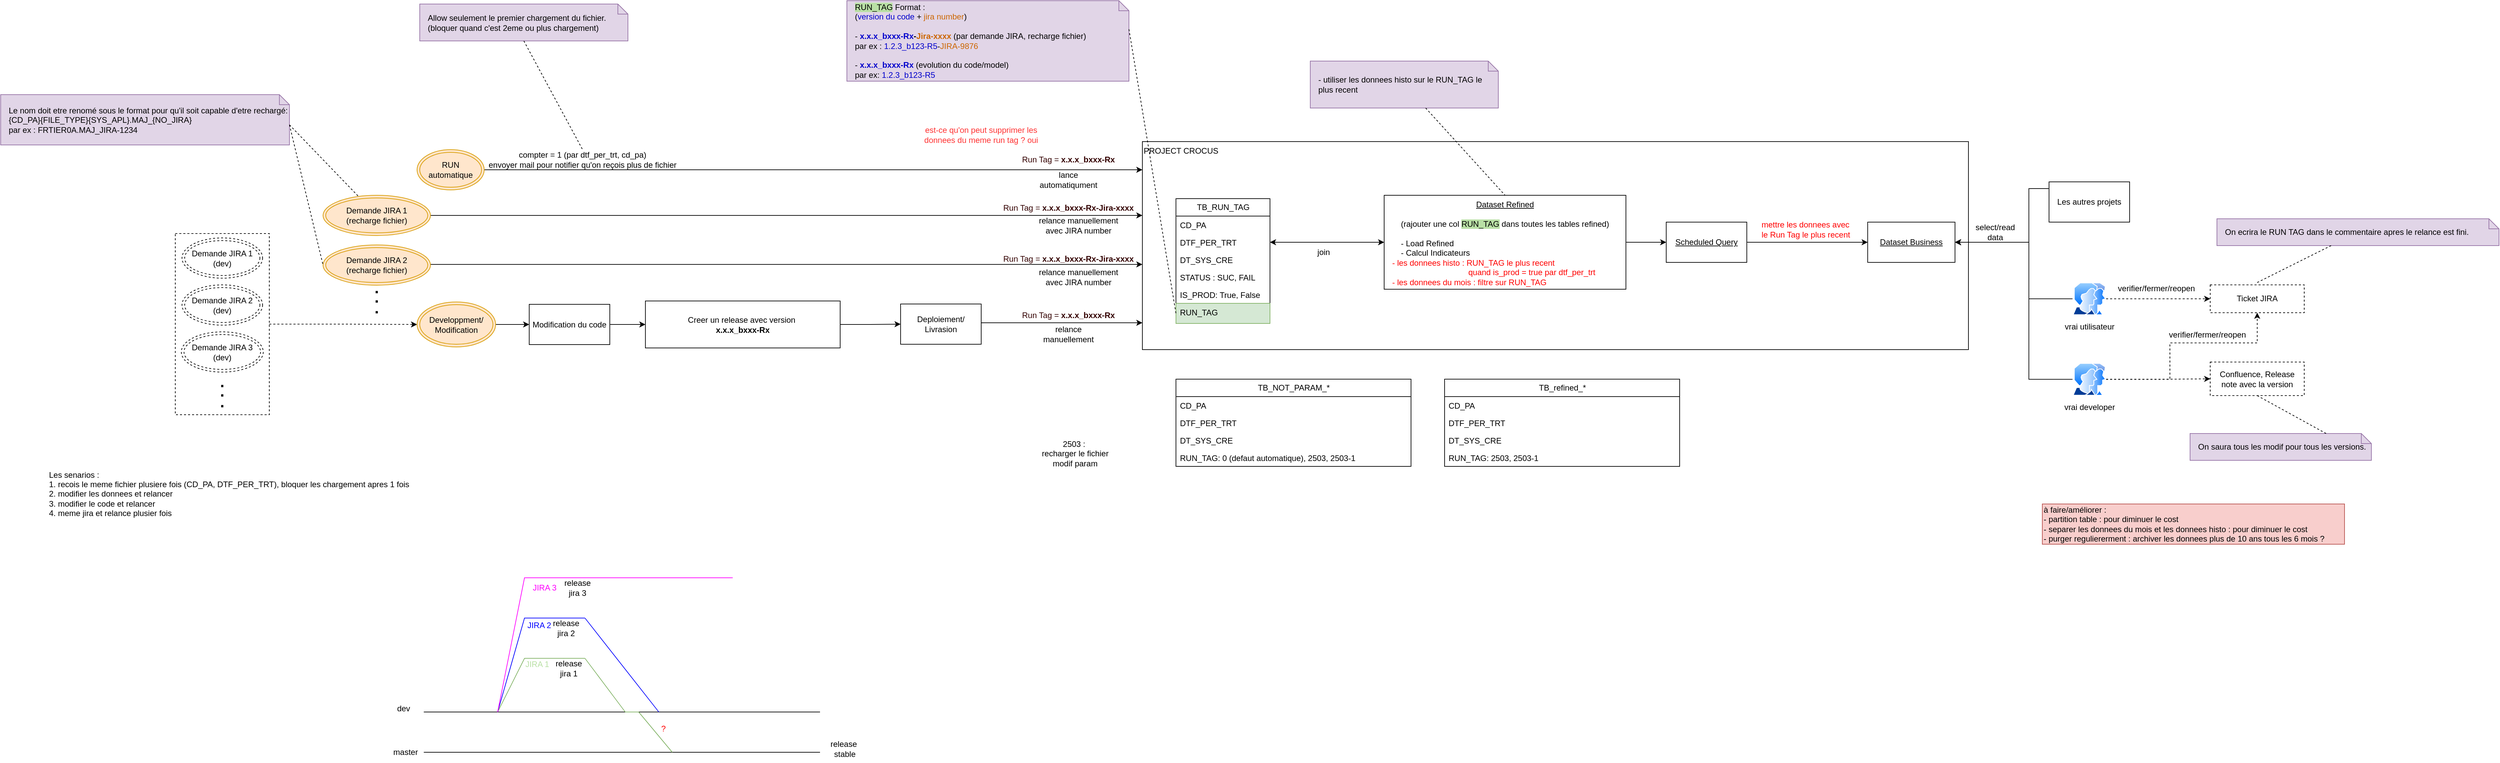
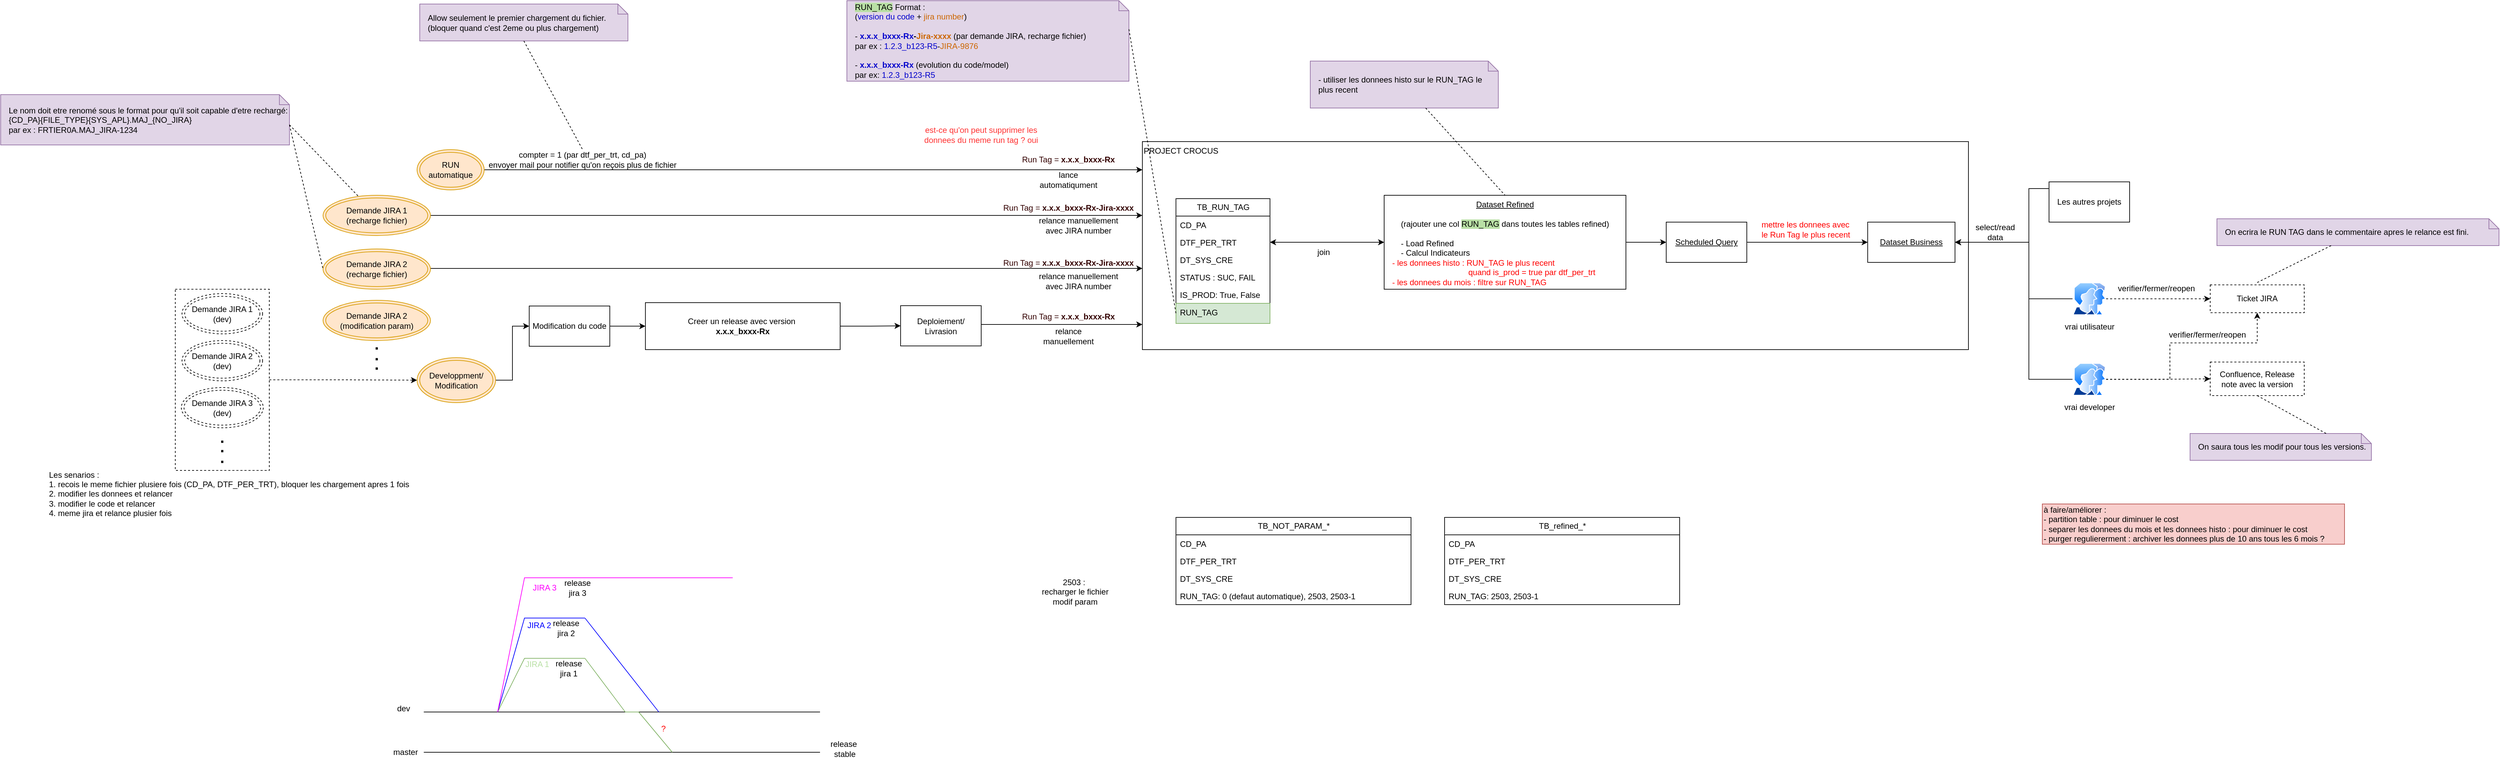
<mxfile host="app.diagrams.net">
  <diagram name="Page-1" id="bEAYSmEDHXBXhFzCy1HB">
-     <mxGraphModel dx="2897" dy="1639" grid="1" gridSize="10" guides="1" tooltips="1" connect="1" arrows="1" fold="1" page="1" pageScale="1" pageWidth="827" pageHeight="1169" math="0" shadow="0">
+     <mxGraphModel dx="3409" dy="1833" grid="1" gridSize="10" guides="1" tooltips="1" connect="1" arrows="1" fold="1" page="1" pageScale="1" pageWidth="827" pageHeight="1169" math="0" shadow="0">
      <root>
        <mxCell id="0" />
        <mxCell id="1" parent="0" />
        <mxCell id="cKu8MT6L8Fp_BZaxLZj7-22" edge="1" parent="1" source="cKu8MT6L8Fp_BZaxLZj7-16" style="edgeStyle=orthogonalEdgeStyle;rounded=0;orthogonalLoop=1;jettySize=auto;html=1;dashed=1;" target="QUzsFoNl6aFI_2ed8XXq-33">
          <mxGeometry relative="1" as="geometry">
            <Array as="points" />
-             <mxPoint x="-937.4999999999995" y="382" as="sourcePoint" />
-             <mxPoint x="-602.4999999999995" y="365" as="targetPoint" />
+             <mxPoint x="-937.4999999999995" y="465" as="sourcePoint" />
+             <mxPoint x="-602.4999999999995" y="448" as="targetPoint" />
          </mxGeometry>
        </mxCell>
        <mxCell id="cKu8MT6L8Fp_BZaxLZj7-16" parent="1" style="rounded=0;whiteSpace=wrap;html=1;dashed=1;" value="" vertex="1">
-           <mxGeometry height="270" width="140" x="-1070" y="247" as="geometry" />
+           <mxGeometry height="270" width="140" x="-1070" y="330" as="geometry" />
        </mxCell>
        <mxCell id="QUzsFoNl6aFI_2ed8XXq-13" parent="1" style="rounded=0;whiteSpace=wrap;html=1;align=left;verticalAlign=top;" value="PROJECT CROCUS" vertex="1">
          <mxGeometry height="310" width="1230" x="370" y="110" as="geometry" />
        </mxCell>
        <mxCell id="QUzsFoNl6aFI_2ed8XXq-1" parent="1" style="swimlane;fontStyle=0;childLayout=stackLayout;horizontal=1;startSize=26;fillColor=none;horizontalStack=0;resizeParent=1;resizeParentMax=0;resizeLast=0;collapsible=1;marginBottom=0;html=1;" value="TB_RUN_TAG" vertex="1">
          <mxGeometry height="186" width="140" x="420" y="195" as="geometry" />
        </mxCell>
        <mxCell id="QUzsFoNl6aFI_2ed8XXq-2" parent="QUzsFoNl6aFI_2ed8XXq-1" style="text;strokeColor=none;fillColor=none;align=left;verticalAlign=top;spacingLeft=4;spacingRight=4;overflow=hidden;rotatable=0;points=[[0,0.5],[1,0.5]];portConstraint=eastwest;whiteSpace=wrap;html=1;" value="CD_PA" vertex="1">
          <mxGeometry height="26" width="140" y="26" as="geometry" />
        </mxCell>
        <mxCell id="QUzsFoNl6aFI_2ed8XXq-3" parent="QUzsFoNl6aFI_2ed8XXq-1" style="text;strokeColor=none;fillColor=none;align=left;verticalAlign=top;spacingLeft=4;spacingRight=4;overflow=hidden;rotatable=0;points=[[0,0.5],[1,0.5]];portConstraint=eastwest;whiteSpace=wrap;html=1;" value="DTF_PER_TRT" vertex="1">
          <mxGeometry height="26" width="140" y="52" as="geometry" />
        </mxCell>
        <mxCell id="QUzsFoNl6aFI_2ed8XXq-4" parent="QUzsFoNl6aFI_2ed8XXq-1" style="text;strokeColor=none;fillColor=none;align=left;verticalAlign=top;spacingLeft=4;spacingRight=4;overflow=hidden;rotatable=0;points=[[0,0.5],[1,0.5]];portConstraint=eastwest;whiteSpace=wrap;html=1;" value="DT_SYS_CRE" vertex="1">
          <mxGeometry height="26" width="140" y="78" as="geometry" />
        </mxCell>
        <mxCell id="QUzsFoNl6aFI_2ed8XXq-105" parent="QUzsFoNl6aFI_2ed8XXq-1" style="text;strokeColor=none;fillColor=none;align=left;verticalAlign=top;spacingLeft=4;spacingRight=4;overflow=hidden;rotatable=0;points=[[0,0.5],[1,0.5]];portConstraint=eastwest;whiteSpace=wrap;html=1;" value="STATUS : SUC, FAIL" vertex="1">
          <mxGeometry height="26" width="140" y="104" as="geometry" />
        </mxCell>
        <mxCell id="DOhsEIRQmGDwiVjTRz9E-7" parent="QUzsFoNl6aFI_2ed8XXq-1" style="text;strokeColor=none;fillColor=none;align=left;verticalAlign=top;spacingLeft=4;spacingRight=4;overflow=hidden;rotatable=0;points=[[0,0.5],[1,0.5]];portConstraint=eastwest;whiteSpace=wrap;html=1;" value="IS_PROD: True, False" vertex="1">
          <mxGeometry height="26" width="140" y="130" as="geometry" />
        </mxCell>
        <mxCell id="QUzsFoNl6aFI_2ed8XXq-5" parent="QUzsFoNl6aFI_2ed8XXq-1" style="text;strokeColor=#82b366;fillColor=#d5e8d4;align=left;verticalAlign=top;spacingLeft=4;spacingRight=4;overflow=hidden;rotatable=0;points=[[0,0.5],[1,0.5]];portConstraint=eastwest;whiteSpace=wrap;html=1;" value="RUN_TAG" vertex="1">
          <mxGeometry height="30" width="140" y="156" as="geometry" />
        </mxCell>
        <mxCell id="QUzsFoNl6aFI_2ed8XXq-7" parent="1" style="shape=note;size=15;align=left;spacingLeft=10;html=1;whiteSpace=wrap;fillColor=#e1d5e7;strokeColor=#9673a6;" value="&lt;span style=&quot;background-color: rgb(185, 224, 165);&quot;&gt;RUN_TAG&lt;/span&gt; Format :&amp;nbsp;&lt;div&gt;(&lt;font style=&quot;color: rgb(0, 0, 204);&quot;&gt;version du code&lt;/font&gt; +&lt;font style=&quot;color: rgb(204, 102, 0);&quot;&gt; &lt;font&gt;jira number&lt;/font&gt;&lt;/font&gt;)&lt;/div&gt;&lt;div&gt;&lt;br&gt;&lt;div&gt;- &lt;b&gt;&lt;font style=&quot;color: rgb(0, 0, 204);&quot;&gt;x.x.x_bxxx-Rx&lt;/font&gt;-&lt;font style=&quot;color: rgb(204, 102, 0);&quot;&gt;Jira-xxxx&lt;/font&gt;&lt;/b&gt; (par demande JIRA, recharge fichier)&amp;nbsp;&lt;/div&gt;&lt;div&gt;par ex : &lt;font style=&quot;color: rgb(0, 0, 204);&quot;&gt;1.2.3_b123-R5&lt;/font&gt;-&lt;font style=&quot;color: rgb(204, 102, 0);&quot;&gt;JIRA-9876&lt;/font&gt;&lt;/div&gt;&lt;div&gt;&lt;br&gt;&lt;/div&gt;&lt;div&gt;-&lt;b&gt; &lt;font style=&quot;color: rgb(0, 0, 204);&quot;&gt;x.x.x_bxxx-Rx&lt;/font&gt;&lt;/b&gt; (evolution du code/model)&lt;/div&gt;&lt;div&gt;&lt;span style=&quot;background-color: transparent; color: light-dark(rgb(0, 0, 0), rgb(255, 255, 255));&quot;&gt;par ex: &lt;/span&gt;&lt;span style=&quot;background-color: transparent;&quot;&gt;&lt;font style=&quot;color: light-dark(rgb(0, 0, 204), rgb(255, 255, 255));&quot;&gt;1.2.3_b123-R5&lt;/font&gt;&lt;/span&gt;&lt;/div&gt;&lt;/div&gt;" vertex="1">
          <mxGeometry height="120" width="420" x="-70" y="-100" as="geometry" />
        </mxCell>
        <mxCell id="QUzsFoNl6aFI_2ed8XXq-8" edge="1" parent="1" source="QUzsFoNl6aFI_2ed8XXq-7" style="edgeStyle=none;endArrow=none;exitX=0;exitY=0;dashed=1;html=1;rounded=0;entryX=0;entryY=0.5;entryDx=0;entryDy=0;exitDx=420;exitDy=42.5;exitPerimeter=0;" target="QUzsFoNl6aFI_2ed8XXq-5" value="">
          <mxGeometry relative="1" x="1" as="geometry">
            <mxPoint x="590" y="660" as="targetPoint" />
          </mxGeometry>
        </mxCell>
        <mxCell id="QUzsFoNl6aFI_2ed8XXq-10" parent="1" style="rounded=0;whiteSpace=wrap;html=1;dashed=1;" value="Confluence, Release note avec la v&lt;span style=&quot;background-color: transparent; color: light-dark(rgb(0, 0, 0), rgb(255, 255, 255));&quot;&gt;ersion&lt;/span&gt;" vertex="1">
          <mxGeometry height="50" width="140" x="1960" y="438.5" as="geometry" />
        </mxCell>
        <mxCell id="QUzsFoNl6aFI_2ed8XXq-11" parent="1" style="rounded=0;whiteSpace=wrap;html=1;dashed=1;" value="Ticket JIRA" vertex="1">
          <mxGeometry height="41.5" width="140" x="1960" y="323.5" as="geometry" />
        </mxCell>
        <mxCell id="QUzsFoNl6aFI_2ed8XXq-42" edge="1" parent="1" source="QUzsFoNl6aFI_2ed8XXq-12" style="edgeStyle=orthogonalEdgeStyle;rounded=0;orthogonalLoop=1;jettySize=auto;html=1;entryX=1;entryY=0.5;entryDx=0;entryDy=0;startArrow=classic;startFill=1;" target="QUzsFoNl6aFI_2ed8XXq-3">
          <mxGeometry relative="1" as="geometry" />
        </mxCell>
        <mxCell id="QUzsFoNl6aFI_2ed8XXq-50" edge="1" parent="1" source="QUzsFoNl6aFI_2ed8XXq-12" style="edgeStyle=orthogonalEdgeStyle;rounded=0;orthogonalLoop=1;jettySize=auto;html=1;" target="QUzsFoNl6aFI_2ed8XXq-46">
          <mxGeometry relative="1" as="geometry">
            <Array as="points" />
          </mxGeometry>
        </mxCell>
        <mxCell id="QUzsFoNl6aFI_2ed8XXq-12" parent="1" style="rounded=0;whiteSpace=wrap;html=1;verticalAlign=top;" value="&lt;u&gt;Dataset Refined&lt;/u&gt;&lt;div&gt;&lt;u&gt;&lt;br&gt;&lt;/u&gt;&lt;div&gt;(rajouter une col &lt;span style=&quot;background-color: rgb(185, 224, 165);&quot;&gt;RUN_TAG&lt;/span&gt;&lt;span&gt; &lt;/span&gt;dans toutes les tables refined)&lt;/div&gt;&lt;div&gt;&lt;br&gt;&lt;/div&gt;&lt;div style=&quot;text-align: left;&quot;&gt;- Load Refined&amp;nbsp; &amp;nbsp; &amp;nbsp; &amp;nbsp;&lt;/div&gt;&lt;div style=&quot;text-align: left;&quot;&gt;- Calcul Indicateurs&lt;/div&gt;&lt;/div&gt;" vertex="1">
          <mxGeometry height="140" width="360" x="730" y="190" as="geometry" />
        </mxCell>
        <mxCell id="QUzsFoNl6aFI_2ed8XXq-27" edge="1" parent="1" source="QUzsFoNl6aFI_2ed8XXq-33" style="edgeStyle=orthogonalEdgeStyle;rounded=0;orthogonalLoop=1;jettySize=auto;html=1;entryX=0;entryY=0.5;entryDx=0;entryDy=0;" target="QUzsFoNl6aFI_2ed8XXq-23">
          <mxGeometry relative="1" as="geometry">
-             <mxPoint x="-740" y="198" as="sourcePoint" />
+             <mxPoint x="-740" y="281" as="sourcePoint" />
          </mxGeometry>
        </mxCell>
        <mxCell id="QUzsFoNl6aFI_2ed8XXq-19" parent="1" style="text;html=1;whiteSpace=wrap;strokeColor=none;fillColor=none;align=center;verticalAlign=middle;rounded=0;fontColor=#330000;" value="&lt;font style=&quot;&quot;&gt;Run Tag =&amp;nbsp;&lt;/font&gt;&lt;b style=&quot;text-align: left;&quot;&gt;x.x.x_bxxx-Rx-Jira-xxxx&lt;/b&gt;" vertex="1">
-           <mxGeometry height="30" width="200" x="160" y="269.5" as="geometry" />
+           <mxGeometry height="30" width="200" x="160" y="275.5" as="geometry" />
        </mxCell>
        <mxCell id="cKu8MT6L8Fp_BZaxLZj7-37" edge="1" parent="1" source="QUzsFoNl6aFI_2ed8XXq-23" style="edgeStyle=orthogonalEdgeStyle;rounded=0;orthogonalLoop=1;jettySize=auto;html=1;" target="QUzsFoNl6aFI_2ed8XXq-25">
          <mxGeometry relative="1" as="geometry" />
        </mxCell>
        <mxCell id="QUzsFoNl6aFI_2ed8XXq-23" parent="1" style="rounded=0;whiteSpace=wrap;html=1;" value="Modification du code" vertex="1">
-           <mxGeometry height="60" width="120" x="-543" y="352.5" as="geometry" />
-         </mxCell>
-         <mxCell id="QUzsFoNl6aFI_2ed8XXq-31" edge="1" parent="1" source="QUzsFoNl6aFI_2ed8XXq-24" style="edgeStyle=orthogonalEdgeStyle;rounded=0;orthogonalLoop=1;jettySize=auto;html=1;" target="QUzsFoNl6aFI_2ed8XXq-13">
-           <mxGeometry relative="1" as="geometry">
-             <Array as="points">
-               <mxPoint x="180" y="380" />
-               <mxPoint x="180" y="380" />
-             </Array>
-             <mxPoint x="380" y="373" as="targetPoint" />
+           <mxGeometry height="60" width="120" x="-543" y="355" as="geometry" />
+         </mxCell>
+         <mxCell id="QUzsFoNl6aFI_2ed8XXq-31" edge="1" parent="1" source="QUzsFoNl6aFI_2ed8XXq-24" style="edgeStyle=orthogonalEdgeStyle;rounded=0;orthogonalLoop=1;jettySize=auto;html=1;">
+           <mxGeometry relative="1" as="geometry">
+             <Array as="points">
+               <mxPoint x="180" y="382.5" />
+               <mxPoint x="180" y="382.5" />
+             </Array>
+             <mxPoint x="370" y="382.5" as="targetPoint" />
          </mxGeometry>
        </mxCell>
        <mxCell id="QUzsFoNl6aFI_2ed8XXq-24" parent="1" style="rounded=0;whiteSpace=wrap;html=1;" value="Deploiement/ Livrasion" vertex="1">
-           <mxGeometry height="60" width="120" x="10" y="352" as="geometry" />
+           <mxGeometry height="60" width="120" x="10" y="354.5" as="geometry" />
        </mxCell>
        <mxCell id="cKu8MT6L8Fp_BZaxLZj7-38" edge="1" parent="1" source="QUzsFoNl6aFI_2ed8XXq-25" style="edgeStyle=orthogonalEdgeStyle;rounded=0;orthogonalLoop=1;jettySize=auto;html=1;" target="QUzsFoNl6aFI_2ed8XXq-24">
          <mxGeometry relative="1" as="geometry" />
        </mxCell>
        <mxCell id="QUzsFoNl6aFI_2ed8XXq-25" parent="1" style="rounded=0;whiteSpace=wrap;html=1;" value="Creer un release avec version&amp;nbsp;&lt;div&gt;&lt;span style=&quot;text-align: left;&quot;&gt;&lt;b&gt;x.x.x_bxxx-Rx&lt;/b&gt;&lt;/span&gt;&lt;/div&gt;" vertex="1">
-           <mxGeometry height="70" width="290" x="-370" y="347.5" as="geometry" />
+           <mxGeometry height="70" width="290" x="-370" y="350" as="geometry" />
        </mxCell>
        <mxCell id="QUzsFoNl6aFI_2ed8XXq-33" parent="1" style="ellipse;shape=doubleEllipse;whiteSpace=wrap;html=1;fillColor=#ffe6cc;strokeColor=#d79b00;" value="Developpment/&lt;div&gt;Modification&lt;/div&gt;" vertex="1">
-           <mxGeometry height="67" width="117" x="-710" y="349" as="geometry" />
+           <mxGeometry height="67" width="117" x="-710" y="432" as="geometry" />
        </mxCell>
        <mxCell id="cKu8MT6L8Fp_BZaxLZj7-5" edge="1" parent="1" style="edgeStyle=orthogonalEdgeStyle;rounded=0;orthogonalLoop=1;jettySize=auto;html=1;">
          <mxGeometry relative="1" as="geometry">
            <Array as="points">
-               <mxPoint x="110" y="293" />
-               <mxPoint x="110" y="293" />
-             </Array>
-             <mxPoint x="-690.0000000000005" y="293" as="sourcePoint" />
-             <mxPoint x="370" y="293" as="targetPoint" />
+               <mxPoint x="110" y="299" />
+               <mxPoint x="110" y="299" />
+             </Array>
+             <mxPoint x="-690.0000000000005" y="299" as="sourcePoint" />
+             <mxPoint x="370" y="299" as="targetPoint" />
          </mxGeometry>
        </mxCell>
        <mxCell id="QUzsFoNl6aFI_2ed8XXq-34" parent="1" style="ellipse;shape=doubleEllipse;whiteSpace=wrap;html=1;fillColor=#ffe6cc;strokeColor=#d79b00;" value="Demande JIRA 2&lt;div&gt;(recharge fichier)&lt;/div&gt;" vertex="1">
-           <mxGeometry height="60" width="160" x="-850" y="264" as="geometry" />
+           <mxGeometry height="60" width="160" x="-850" y="270" as="geometry" />
        </mxCell>
        <mxCell id="QUzsFoNl6aFI_2ed8XXq-36" edge="1" parent="1" source="QUzsFoNl6aFI_2ed8XXq-35" style="edgeStyle=orthogonalEdgeStyle;rounded=0;orthogonalLoop=1;jettySize=auto;html=1;" target="QUzsFoNl6aFI_2ed8XXq-13">
          <mxGeometry relative="1" as="geometry">
            <Array as="points">
              <mxPoint x="140" y="152" />
              <mxPoint x="140" y="152" />
            </Array>
            <mxPoint x="380" y="152.0588235294117" as="targetPoint" />
          </mxGeometry>
        </mxCell>
        <mxCell id="QUzsFoNl6aFI_2ed8XXq-35" parent="1" style="ellipse;shape=doubleEllipse;whiteSpace=wrap;html=1;fillColor=#ffe6cc;strokeColor=#d79b00;" value="RUN automatique" vertex="1">
          <mxGeometry height="60" width="100" x="-710" y="122" as="geometry" />
        </mxCell>
        <mxCell id="QUzsFoNl6aFI_2ed8XXq-40" parent="1" style="shape=note;size=15;align=left;spacingLeft=10;html=1;whiteSpace=wrap;fillColor=#e1d5e7;strokeColor=#9673a6;" value="&lt;div&gt;- utiliser les donnees histo sur le RUN_TAG le plus recent&lt;/div&gt;" vertex="1">
          <mxGeometry height="70" width="280" x="620" y="-10" as="geometry" />
        </mxCell>
        <mxCell id="QUzsFoNl6aFI_2ed8XXq-41" edge="1" parent="1" source="QUzsFoNl6aFI_2ed8XXq-40" style="edgeStyle=none;endArrow=none;dashed=1;html=1;rounded=0;entryX=0.5;entryY=0;entryDx=0;entryDy=0;" target="QUzsFoNl6aFI_2ed8XXq-12" value="">
          <mxGeometry relative="1" x="1" as="geometry">
            <mxPoint x="720" y="650" as="sourcePoint" />
            <mxPoint x="772" y="500" as="targetPoint" />
          </mxGeometry>
        </mxCell>
        <mxCell id="QUzsFoNl6aFI_2ed8XXq-43" parent="1" style="text;html=1;whiteSpace=wrap;strokeColor=none;fillColor=none;align=left;verticalAlign=middle;rounded=0;" value="&lt;font style=&quot;color: rgb(255, 0, 0);&quot;&gt;- les donnees histo : RUN_TAG le plus recent&amp;nbsp;&lt;/font&gt;&lt;div&gt;&lt;font style=&quot;color: rgb(255, 0, 0);&quot;&gt;&amp;nbsp; &amp;nbsp; &amp;nbsp; &amp;nbsp; &amp;nbsp; &amp;nbsp; &amp;nbsp; &amp;nbsp; &amp;nbsp; &amp;nbsp; &amp;nbsp; &amp;nbsp; &amp;nbsp; &amp;nbsp; &amp;nbsp; &amp;nbsp; &amp;nbsp; quand is_prod = true par dtf_per_trt&lt;/font&gt;&lt;div&gt;&lt;font style=&quot;color: rgb(255, 0, 0);&quot;&gt;- les donnees du mois : f&lt;/font&gt;&lt;span style=&quot;color: light-dark(rgb(255, 0, 0), rgb(255, 144, 144)); background-color: transparent;&quot;&gt;iltre sur RUN_TAG&lt;/span&gt;&lt;/div&gt;&lt;/div&gt;" vertex="1">
          <mxGeometry height="30" width="370" x="740" y="290" as="geometry" />
        </mxCell>
        <mxCell id="QUzsFoNl6aFI_2ed8XXq-45" parent="1" style="rounded=0;whiteSpace=wrap;html=1;" value="&lt;u&gt;Dataset Business&lt;/u&gt;" vertex="1">
          <mxGeometry height="60" width="130" x="1450" y="230" as="geometry" />
        </mxCell>
        <mxCell id="QUzsFoNl6aFI_2ed8XXq-48" edge="1" parent="1" source="QUzsFoNl6aFI_2ed8XXq-46" style="edgeStyle=orthogonalEdgeStyle;rounded=0;orthogonalLoop=1;jettySize=auto;html=1;" target="QUzsFoNl6aFI_2ed8XXq-45">
          <mxGeometry relative="1" as="geometry" />
        </mxCell>
        <mxCell id="QUzsFoNl6aFI_2ed8XXq-46" parent="1" style="rounded=0;whiteSpace=wrap;html=1;" value="&lt;u&gt;Scheduled Query&lt;/u&gt;" vertex="1">
          <mxGeometry height="60" width="120" x="1150" y="230" as="geometry" />
        </mxCell>
        <mxCell id="QUzsFoNl6aFI_2ed8XXq-51" parent="1" style="text;html=1;whiteSpace=wrap;strokeColor=none;fillColor=none;align=left;verticalAlign=middle;rounded=0;fontColor=#FF0000;" value="mettre les donnees avec le Run Tag le plus recent" vertex="1">
          <mxGeometry height="30" width="140" x="1290" y="226" as="geometry" />
        </mxCell>
        <mxCell id="QUzsFoNl6aFI_2ed8XXq-59" edge="1" parent="1" source="QUzsFoNl6aFI_2ed8XXq-52" style="edgeStyle=orthogonalEdgeStyle;rounded=0;orthogonalLoop=1;jettySize=auto;html=1;entryX=1;entryY=0.5;entryDx=0;entryDy=0;" target="QUzsFoNl6aFI_2ed8XXq-45">
          <mxGeometry relative="1" as="geometry">
            <Array as="points">
              <mxPoint x="1690" y="180" />
              <mxPoint x="1690" y="260" />
            </Array>
          </mxGeometry>
        </mxCell>
        <mxCell id="QUzsFoNl6aFI_2ed8XXq-52" parent="1" style="rounded=0;whiteSpace=wrap;html=1;" value="Les autres projets" vertex="1">
          <mxGeometry height="60" width="120" x="1720" y="170" as="geometry" />
        </mxCell>
        <mxCell id="QUzsFoNl6aFI_2ed8XXq-58" edge="1" parent="1" source="QUzsFoNl6aFI_2ed8XXq-57" style="edgeStyle=orthogonalEdgeStyle;rounded=0;orthogonalLoop=1;jettySize=auto;html=1;entryX=1;entryY=0.5;entryDx=0;entryDy=0;" target="QUzsFoNl6aFI_2ed8XXq-45">
          <mxGeometry relative="1" as="geometry">
            <Array as="points">
              <mxPoint x="1690" y="344" />
              <mxPoint x="1690" y="260" />
            </Array>
          </mxGeometry>
        </mxCell>
        <mxCell id="QUzsFoNl6aFI_2ed8XXq-65" edge="1" parent="1" source="QUzsFoNl6aFI_2ed8XXq-57" style="edgeStyle=orthogonalEdgeStyle;rounded=0;orthogonalLoop=1;jettySize=auto;html=1;dashed=1;" target="QUzsFoNl6aFI_2ed8XXq-11">
          <mxGeometry relative="1" as="geometry" />
        </mxCell>
        <mxCell id="QUzsFoNl6aFI_2ed8XXq-57" parent="1" style="image;aspect=fixed;perimeter=ellipsePerimeter;html=1;align=center;shadow=0;dashed=0;spacingTop=3;image=img/lib/active_directory/user_accounts.svg;" value="vrai utilisateur" vertex="1">
          <mxGeometry height="48.5" width="50" x="1755" y="320" as="geometry" />
        </mxCell>
        <mxCell id="QUzsFoNl6aFI_2ed8XXq-60" parent="1" style="text;html=1;whiteSpace=wrap;strokeColor=none;fillColor=none;align=center;verticalAlign=middle;rounded=0;" value="select/read data" vertex="1">
          <mxGeometry height="30" width="60" x="1610" y="230" as="geometry" />
        </mxCell>
        <mxCell id="QUzsFoNl6aFI_2ed8XXq-63" edge="1" parent="1" source="QUzsFoNl6aFI_2ed8XXq-62" style="edgeStyle=orthogonalEdgeStyle;rounded=0;orthogonalLoop=1;jettySize=auto;html=1;entryX=1;entryY=0.5;entryDx=0;entryDy=0;" target="QUzsFoNl6aFI_2ed8XXq-45">
          <mxGeometry relative="1" as="geometry">
            <Array as="points">
              <mxPoint x="1690" y="464" />
              <mxPoint x="1690" y="260" />
            </Array>
          </mxGeometry>
        </mxCell>
        <mxCell id="QUzsFoNl6aFI_2ed8XXq-66" edge="1" parent="1" source="QUzsFoNl6aFI_2ed8XXq-62" style="edgeStyle=orthogonalEdgeStyle;rounded=0;orthogonalLoop=1;jettySize=auto;html=1;dashed=1;" target="QUzsFoNl6aFI_2ed8XXq-10">
          <mxGeometry relative="1" as="geometry" />
        </mxCell>
        <mxCell id="QUzsFoNl6aFI_2ed8XXq-68" edge="1" parent="1" source="QUzsFoNl6aFI_2ed8XXq-62" style="edgeStyle=orthogonalEdgeStyle;rounded=0;orthogonalLoop=1;jettySize=auto;html=1;entryX=0.5;entryY=1;entryDx=0;entryDy=0;dashed=1;" target="QUzsFoNl6aFI_2ed8XXq-11">
          <mxGeometry relative="1" as="geometry">
            <Array as="points">
              <mxPoint x="1900" y="464" />
              <mxPoint x="1900" y="410" />
              <mxPoint x="2030" y="410" />
            </Array>
          </mxGeometry>
        </mxCell>
        <mxCell id="QUzsFoNl6aFI_2ed8XXq-62" parent="1" style="image;aspect=fixed;perimeter=ellipsePerimeter;html=1;align=center;shadow=0;dashed=0;spacingTop=3;image=img/lib/active_directory/user_accounts.svg;" value="vrai developer" vertex="1">
          <mxGeometry height="48.5" width="50" x="1755" y="440" as="geometry" />
        </mxCell>
        <mxCell id="QUzsFoNl6aFI_2ed8XXq-69" parent="1" style="shape=note;size=15;align=left;spacingLeft=10;html=1;whiteSpace=wrap;fillColor=#e1d5e7;strokeColor=#9673a6;" value="On ecrira le RUN TAG dans le commentaire apres le relance est fini." vertex="1">
          <mxGeometry height="40" width="420" x="1970" y="225" as="geometry" />
        </mxCell>
        <mxCell id="QUzsFoNl6aFI_2ed8XXq-70" edge="1" parent="1" source="QUzsFoNl6aFI_2ed8XXq-69" style="edgeStyle=none;endArrow=none;dashed=1;html=1;rounded=0;" value="">
          <mxGeometry relative="1" x="1" as="geometry">
            <mxPoint x="970" y="210" as="sourcePoint" />
            <mxPoint x="2030" y="320" as="targetPoint" />
          </mxGeometry>
        </mxCell>
        <mxCell id="QUzsFoNl6aFI_2ed8XXq-71" parent="1" style="shape=note;size=15;align=left;spacingLeft=10;html=1;whiteSpace=wrap;fillColor=#e1d5e7;strokeColor=#9673a6;" value="On saura tous les modif pour tous les versions." vertex="1">
          <mxGeometry height="40" width="270" x="1930" y="545" as="geometry" />
        </mxCell>
        <mxCell id="QUzsFoNl6aFI_2ed8XXq-72" edge="1" parent="1" source="QUzsFoNl6aFI_2ed8XXq-71" style="edgeStyle=none;endArrow=none;dashed=1;html=1;rounded=0;entryX=0.5;entryY=1;entryDx=0;entryDy=0;exitX=0;exitY=0;exitDx=202.5;exitDy=0;exitPerimeter=0;" target="QUzsFoNl6aFI_2ed8XXq-10" value="">
          <mxGeometry relative="1" x="1" as="geometry">
            <mxPoint x="2180" y="470" as="sourcePoint" />
            <mxPoint x="2070" y="525" as="targetPoint" />
          </mxGeometry>
        </mxCell>
        <mxCell id="QUzsFoNl6aFI_2ed8XXq-74" parent="1" style="rounded=0;whiteSpace=wrap;html=1;align=left;fillColor=#f8cecc;strokeColor=#b85450;" value="à faire/améliorer :&lt;div&gt;- partition table : pour diminuer le cost&lt;/div&gt;&lt;div&gt;- separer les donnees du mois et les donnees histo&amp;nbsp;&lt;span style=&quot;background-color: transparent; color: light-dark(rgb(0, 0, 0), rgb(255, 255, 255));&quot;&gt;: pour diminuer le cost&lt;/span&gt;&lt;/div&gt;&lt;div&gt;&lt;span style=&quot;background-color: transparent; color: light-dark(rgb(0, 0, 0), rgb(255, 255, 255));&quot;&gt;- purger reguliererment : archiver les donnees plus de 10 ans tous les 6 mois ?&lt;/span&gt;&lt;/div&gt;" vertex="1">
          <mxGeometry height="60" width="450" x="1710" y="650" as="geometry" />
        </mxCell>
        <mxCell id="QUzsFoNl6aFI_2ed8XXq-76" parent="1" style="text;html=1;whiteSpace=wrap;strokeColor=none;fillColor=none;align=center;verticalAlign=middle;rounded=0;" value="join" vertex="1">
          <mxGeometry height="30" width="60" x="610" y="260" as="geometry" />
        </mxCell>
        <mxCell id="QUzsFoNl6aFI_2ed8XXq-81" edge="1" parent="1" style="endArrow=none;html=1;rounded=0;" value="">
          <mxGeometry height="50" relative="1" width="50" as="geometry">
            <mxPoint x="-700" y="960" as="sourcePoint" />
            <mxPoint x="-110" y="960" as="targetPoint" />
          </mxGeometry>
        </mxCell>
        <mxCell id="QUzsFoNl6aFI_2ed8XXq-83" edge="1" parent="1" style="endArrow=none;html=1;rounded=0;fillColor=#d5e8d4;strokeColor=#82b366;" value="">
          <mxGeometry height="50" relative="1" width="50" as="geometry">
            <Array as="points">
              <mxPoint x="-550" y="880" />
            </Array>
            <mxPoint x="-590" y="960" as="sourcePoint" />
            <mxPoint x="-460" y="880" as="targetPoint" />
          </mxGeometry>
        </mxCell>
        <mxCell id="QUzsFoNl6aFI_2ed8XXq-84" parent="1" style="text;html=1;whiteSpace=wrap;strokeColor=none;fillColor=none;align=center;verticalAlign=middle;rounded=0;" value="dev" vertex="1">
          <mxGeometry height="30" width="60" x="-760" y="940" as="geometry" />
        </mxCell>
        <mxCell id="QUzsFoNl6aFI_2ed8XXq-85" edge="1" parent="1" style="endArrow=none;html=1;rounded=0;strokeColor=#0000FF;" value="">
          <mxGeometry height="50" relative="1" width="50" as="geometry">
            <Array as="points">
              <mxPoint x="-550" y="820" />
            </Array>
            <mxPoint x="-590" y="960" as="sourcePoint" />
            <mxPoint x="-460" y="820" as="targetPoint" />
          </mxGeometry>
        </mxCell>
        <mxCell id="QUzsFoNl6aFI_2ed8XXq-86" edge="1" parent="1" style="endArrow=none;html=1;rounded=0;strokeColor=#FF00FF;" value="">
          <mxGeometry height="50" relative="1" width="50" as="geometry">
            <Array as="points">
              <mxPoint x="-550" y="760" />
            </Array>
            <mxPoint x="-590" y="960" as="sourcePoint" />
            <mxPoint x="-240" y="760" as="targetPoint" />
          </mxGeometry>
        </mxCell>
        <mxCell id="QUzsFoNl6aFI_2ed8XXq-87" parent="1" style="text;html=1;whiteSpace=wrap;strokeColor=none;fillColor=none;align=center;verticalAlign=middle;rounded=0;fontColor=#B9E0A5;" value="JIRA 1" vertex="1">
          <mxGeometry height="30" width="60" x="-561" y="874" as="geometry" />
        </mxCell>
        <mxCell id="QUzsFoNl6aFI_2ed8XXq-88" parent="1" style="text;html=1;whiteSpace=wrap;strokeColor=none;fillColor=none;align=center;verticalAlign=middle;rounded=0;fontColor=#0000FF;" value="JIRA 2" vertex="1">
          <mxGeometry height="30" width="60" x="-558" y="816" as="geometry" />
        </mxCell>
        <mxCell id="QUzsFoNl6aFI_2ed8XXq-89" parent="1" style="text;html=1;whiteSpace=wrap;strokeColor=none;fillColor=none;align=center;verticalAlign=middle;rounded=0;fontColor=#FF00FF;" value="JIRA 3" vertex="1">
          <mxGeometry height="30" width="60" x="-550" y="760" as="geometry" />
        </mxCell>
        <mxCell id="QUzsFoNl6aFI_2ed8XXq-90" edge="1" parent="1" style="endArrow=none;html=1;rounded=0;" value="">
          <mxGeometry height="50" relative="1" width="50" as="geometry">
            <mxPoint x="-700" y="1020" as="sourcePoint" />
            <mxPoint x="-110" y="1020" as="targetPoint" />
          </mxGeometry>
        </mxCell>
        <mxCell id="QUzsFoNl6aFI_2ed8XXq-91" parent="1" style="text;html=1;whiteSpace=wrap;strokeColor=none;fillColor=none;align=center;verticalAlign=middle;rounded=0;" value="master" vertex="1">
          <mxGeometry height="30" width="60" x="-757" y="1005" as="geometry" />
        </mxCell>
        <mxCell id="QUzsFoNl6aFI_2ed8XXq-92" edge="1" parent="1" style="endArrow=none;html=1;rounded=0;fillColor=#d5e8d4;strokeColor=#82b366;" value="">
          <mxGeometry height="50" relative="1" width="50" as="geometry">
            <mxPoint x="-460" y="880" as="sourcePoint" />
            <mxPoint x="-400" y="960" as="targetPoint" />
          </mxGeometry>
        </mxCell>
        <mxCell id="QUzsFoNl6aFI_2ed8XXq-94" edge="1" parent="1" style="endArrow=none;html=1;rounded=0;strokeColor=#0000FF;" value="">
          <mxGeometry height="50" relative="1" width="50" as="geometry">
            <mxPoint x="-460" y="820" as="sourcePoint" />
            <mxPoint x="-350" y="960" as="targetPoint" />
          </mxGeometry>
        </mxCell>
        <mxCell id="QUzsFoNl6aFI_2ed8XXq-95" edge="1" parent="1" style="endArrow=none;html=1;rounded=0;fillColor=#d5e8d4;strokeColor=#82b366;" value="">
          <mxGeometry height="50" relative="1" width="50" as="geometry">
            <mxPoint x="-380" y="960" as="sourcePoint" />
            <mxPoint x="-330" y="1020" as="targetPoint" />
          </mxGeometry>
        </mxCell>
        <mxCell id="QUzsFoNl6aFI_2ed8XXq-96" edge="1" parent="1" style="endArrow=none;html=1;rounded=0;fillColor=#d5e8d4;strokeColor=#82b366;" value="">
          <mxGeometry height="50" relative="1" width="50" as="geometry">
            <mxPoint x="-400" y="960" as="sourcePoint" />
            <mxPoint x="-380" y="960" as="targetPoint" />
          </mxGeometry>
        </mxCell>
        <mxCell id="QUzsFoNl6aFI_2ed8XXq-98" parent="1" style="text;html=1;whiteSpace=wrap;strokeColor=none;fillColor=none;align=center;verticalAlign=middle;rounded=0;" value="release jira 2" vertex="1">
          <mxGeometry height="30" width="60" x="-518" y="820" as="geometry" />
        </mxCell>
        <mxCell id="QUzsFoNl6aFI_2ed8XXq-99" parent="1" style="text;html=1;whiteSpace=wrap;strokeColor=none;fillColor=none;align=center;verticalAlign=middle;rounded=0;" value="release jira 1" vertex="1">
          <mxGeometry height="30" width="60" x="-514" y="880" as="geometry" />
        </mxCell>
        <mxCell id="QUzsFoNl6aFI_2ed8XXq-100" parent="1" style="text;html=1;whiteSpace=wrap;strokeColor=none;fillColor=none;align=center;verticalAlign=middle;rounded=0;" value="release jira 3" vertex="1">
          <mxGeometry height="30" width="60" x="-501" y="760" as="geometry" />
        </mxCell>
        <mxCell id="QUzsFoNl6aFI_2ed8XXq-101" parent="1" style="text;html=1;whiteSpace=wrap;strokeColor=none;fillColor=none;align=center;verticalAlign=middle;rounded=0;" value="release&amp;nbsp; stable" vertex="1">
          <mxGeometry height="30" width="60" x="-103" y="1000" as="geometry" />
        </mxCell>
        <mxCell id="QUzsFoNl6aFI_2ed8XXq-103" parent="1" style="text;html=1;whiteSpace=wrap;strokeColor=none;fillColor=none;align=center;verticalAlign=middle;rounded=0;fontColor=#FF0000;" value="?" vertex="1">
          <mxGeometry height="30" width="60" x="-373" y="970" as="geometry" />
        </mxCell>
        <mxCell id="QUzsFoNl6aFI_2ed8XXq-104" parent="1" style="text;html=1;whiteSpace=wrap;strokeColor=none;fillColor=none;align=center;verticalAlign=middle;rounded=0;" value="compter = 1 (par dtf_per_trt, cd_pa)&lt;div&gt;envoyer mail pour notifier qu&#39;on reçois plus de fichier&lt;/div&gt;" vertex="1">
          <mxGeometry height="30" width="293" x="-610" y="122" as="geometry" />
        </mxCell>
        <mxCell id="QUzsFoNl6aFI_2ed8XXq-106" parent="1" style="text;html=1;whiteSpace=wrap;strokeColor=none;fillColor=none;align=left;verticalAlign=middle;rounded=0;" value="&lt;div&gt;Les senarios :&lt;/div&gt;1. recois le meme fichier plusiere fois (CD_PA, DTF_PER_TRT), bloquer les chargement apres 1 fois&lt;div&gt;2. modifier les donnees et relancer&lt;/div&gt;&lt;div&gt;3. modifier le code et relancer&lt;/div&gt;&lt;div&gt;4.&amp;nbsp;&lt;span style=&quot;text-align: center; background-color: transparent; color: light-dark(rgb(0, 0, 0), rgb(255, 255, 255));&quot;&gt;meme jira et relance plusier fois&lt;/span&gt;&lt;/div&gt;" vertex="1">
          <mxGeometry height="30" width="600" x="-1260" y="620" as="geometry" />
        </mxCell>
        <mxCell id="cKu8MT6L8Fp_BZaxLZj7-1" parent="1" style="shape=note;size=15;align=left;spacingLeft=10;html=1;whiteSpace=wrap;fillColor=#e1d5e7;strokeColor=#9673a6;labelBackgroundColor=none;" value="&lt;span style=&quot;&quot;&gt;Allow seulement le premier chargement du fichier.&lt;br&gt;(bloquer quand c&#39;est 2eme ou plus chargement)&lt;/span&gt;" vertex="1">
          <mxGeometry height="55" width="310" x="-706" y="-95" as="geometry" />
        </mxCell>
        <mxCell id="cKu8MT6L8Fp_BZaxLZj7-2" edge="1" parent="1" source="cKu8MT6L8Fp_BZaxLZj7-1" style="edgeStyle=none;endArrow=none;exitX=0.5;exitY=1;dashed=1;html=1;rounded=0;entryX=0.5;entryY=0;entryDx=0;entryDy=0;exitDx=0;exitDy=0;exitPerimeter=0;" target="QUzsFoNl6aFI_2ed8XXq-104" value="">
          <mxGeometry relative="1" x="1" as="geometry">
            <mxPoint x="590" y="300" as="sourcePoint" />
            <mxPoint x="680" y="507" as="targetPoint" />
          </mxGeometry>
        </mxCell>
        <mxCell id="cKu8MT6L8Fp_BZaxLZj7-3" parent="1" style="ellipse;shape=doubleEllipse;whiteSpace=wrap;html=1;dashed=1;" value="Demande JIRA 1&lt;div&gt;(dev)&lt;/div&gt;" vertex="1">
-           <mxGeometry height="60" width="120" x="-1060" y="253.5" as="geometry" />
+           <mxGeometry height="60" width="120" x="-1060" y="336.5" as="geometry" />
        </mxCell>
        <mxCell id="cKu8MT6L8Fp_BZaxLZj7-7" parent="1" style="text;html=1;whiteSpace=wrap;strokeColor=none;fillColor=none;align=center;verticalAlign=middle;rounded=0;fontColor=#330000;" value="&lt;font style=&quot;&quot;&gt;Run Tag =&amp;nbsp;&lt;b style=&quot;text-align: left;&quot;&gt;x.x.x_bxxx-Rx&lt;/b&gt;&lt;/font&gt;" vertex="1">
          <mxGeometry height="30" width="200" x="160" y="122" as="geometry" />
        </mxCell>
        <mxCell id="cKu8MT6L8Fp_BZaxLZj7-11" parent="1" style="shape=note;size=15;align=left;spacingLeft=10;html=1;whiteSpace=wrap;fillColor=#e1d5e7;strokeColor=#9673a6;labelBackgroundColor=none;" value="&lt;span style=&quot;&quot;&gt;Le nom doit etre renomé sous le format pour qu&#39;il soit capable d&#39;etre rechargé:&lt;br&gt;{CD_PA}{FILE_TYPE}{SYS_APL}.MAJ_{NO_JIRA}&lt;/span&gt;&lt;div&gt;&lt;span style=&quot;&quot;&gt;par ex : FRTIER0A.MAJ_JIRA-1234&lt;/span&gt;&lt;/div&gt;" vertex="1">
          <mxGeometry height="75" width="430" x="-1330" y="40" as="geometry" />
        </mxCell>
        <mxCell id="cKu8MT6L8Fp_BZaxLZj7-14" parent="1" style="ellipse;shape=doubleEllipse;whiteSpace=wrap;html=1;dashed=1;" value="Demande JIRA 2&lt;div&gt;(dev)&lt;/div&gt;" vertex="1">
-           <mxGeometry height="60" width="120" x="-1060" y="323.5" as="geometry" />
+           <mxGeometry height="60" width="120" x="-1060" y="406.5" as="geometry" />
        </mxCell>
        <mxCell id="cKu8MT6L8Fp_BZaxLZj7-15" parent="1" style="ellipse;shape=doubleEllipse;whiteSpace=wrap;html=1;dashed=1;" value="Demande JIRA 3&lt;div&gt;(dev)&lt;/div&gt;" vertex="1">
-           <mxGeometry height="60" width="122" x="-1061" y="393.5" as="geometry" />
+           <mxGeometry height="60" width="122" x="-1061" y="476.5" as="geometry" />
        </mxCell>
        <mxCell id="cKu8MT6L8Fp_BZaxLZj7-19" parent="1" style="text;html=1;whiteSpace=wrap;strokeColor=none;fillColor=none;align=center;verticalAlign=middle;rounded=0;fontSize=23;fontStyle=1" value="." vertex="1">
-           <mxGeometry height="30" width="60" x="-1030" y="453.25" as="geometry" />
+           <mxGeometry height="30" width="60" x="-1030" y="536.25" as="geometry" />
        </mxCell>
        <mxCell id="cKu8MT6L8Fp_BZaxLZj7-20" parent="1" style="text;html=1;whiteSpace=wrap;strokeColor=none;fillColor=none;align=center;verticalAlign=middle;rounded=0;fontSize=23;fontStyle=1" value="." vertex="1">
-           <mxGeometry height="30" width="60" x="-1030" y="467" as="geometry" />
+           <mxGeometry height="30" width="60" x="-1030" y="550" as="geometry" />
        </mxCell>
        <mxCell id="cKu8MT6L8Fp_BZaxLZj7-21" parent="1" style="text;html=1;whiteSpace=wrap;strokeColor=none;fillColor=none;align=center;verticalAlign=middle;rounded=0;fontSize=23;fontStyle=1" value="." vertex="1">
-           <mxGeometry height="30" width="60" x="-1030" y="483.25" as="geometry" />
+           <mxGeometry height="30" width="60" x="-1030" y="566.25" as="geometry" />
        </mxCell>
        <mxCell id="cKu8MT6L8Fp_BZaxLZj7-24" edge="1" parent="1" source="cKu8MT6L8Fp_BZaxLZj7-23" style="edgeStyle=orthogonalEdgeStyle;rounded=0;orthogonalLoop=1;jettySize=auto;html=1;" target="QUzsFoNl6aFI_2ed8XXq-13">
          <mxGeometry relative="1" as="geometry">
            <Array as="points">
              <mxPoint x="120" y="220" />
              <mxPoint x="120" y="220" />
            </Array>
          </mxGeometry>
        </mxCell>
        <mxCell id="cKu8MT6L8Fp_BZaxLZj7-23" parent="1" style="ellipse;shape=doubleEllipse;whiteSpace=wrap;html=1;fillColor=#ffe6cc;strokeColor=#d79b00;" value="Demande JIRA 1&lt;div&gt;(recharge fichier)&lt;/div&gt;" vertex="1">
          <mxGeometry height="60" width="160" x="-850" y="190" as="geometry" />
        </mxCell>
        <mxCell id="cKu8MT6L8Fp_BZaxLZj7-25" edge="1" parent="1" source="cKu8MT6L8Fp_BZaxLZj7-11" style="edgeStyle=none;endArrow=none;exitX=0;exitY=0;dashed=1;html=1;rounded=0;exitDx=430;exitDy=45;exitPerimeter=0;" target="cKu8MT6L8Fp_BZaxLZj7-23" value="">
          <mxGeometry relative="1" x="1" as="geometry">
            <mxPoint x="-520" y="10" as="sourcePoint" />
            <mxPoint x="-490" y="150" as="targetPoint" />
          </mxGeometry>
        </mxCell>
        <mxCell id="cKu8MT6L8Fp_BZaxLZj7-26" edge="1" parent="1" source="cKu8MT6L8Fp_BZaxLZj7-11" style="edgeStyle=none;endArrow=none;exitX=0;exitY=0;dashed=1;html=1;rounded=0;exitDx=430;exitDy=45;exitPerimeter=0;entryX=0;entryY=0.5;entryDx=0;entryDy=0;" target="QUzsFoNl6aFI_2ed8XXq-34" value="">
          <mxGeometry relative="1" x="1" as="geometry">
            <mxPoint x="-900" y="200" as="sourcePoint" />
            <mxPoint x="-801" y="244" as="targetPoint" />
          </mxGeometry>
        </mxCell>
        <mxCell id="cKu8MT6L8Fp_BZaxLZj7-27" parent="1" style="text;html=1;whiteSpace=wrap;strokeColor=none;fillColor=none;align=center;verticalAlign=middle;rounded=0;fontSize=23;fontStyle=1" value="." vertex="1">
-           <mxGeometry height="30" width="60" x="-800" y="313" as="geometry" />
+           <mxGeometry height="30" width="60" x="-800" y="426.5" as="geometry" />
        </mxCell>
        <mxCell id="cKu8MT6L8Fp_BZaxLZj7-28" parent="1" style="text;html=1;whiteSpace=wrap;strokeColor=none;fillColor=none;align=center;verticalAlign=middle;rounded=0;fontSize=23;fontStyle=1" value="." vertex="1">
-           <mxGeometry height="30" width="60" x="-800" y="343" as="geometry" />
+           <mxGeometry height="30" width="60" x="-800" y="413" as="geometry" />
        </mxCell>
        <mxCell id="cKu8MT6L8Fp_BZaxLZj7-29" parent="1" style="text;html=1;whiteSpace=wrap;strokeColor=none;fillColor=none;align=center;verticalAlign=middle;rounded=0;fontSize=23;fontStyle=1" value="." vertex="1">
-           <mxGeometry height="30" width="60" x="-800" y="326.5" as="geometry" />
+           <mxGeometry height="30" width="60" x="-800" y="396.5" as="geometry" />
        </mxCell>
        <mxCell id="cKu8MT6L8Fp_BZaxLZj7-31" parent="1" style="text;html=1;whiteSpace=wrap;strokeColor=none;fillColor=none;align=center;verticalAlign=middle;rounded=0;fontColor=#330000;" value="&lt;font style=&quot;&quot;&gt;Run Tag =&amp;nbsp;&lt;/font&gt;&lt;b style=&quot;text-align: left;&quot;&gt;x.x.x_bxxx-Rx-Jira-xxxx&lt;/b&gt;" vertex="1">
          <mxGeometry height="30" width="200" x="160" y="194" as="geometry" />
        </mxCell>
        <mxCell id="cKu8MT6L8Fp_BZaxLZj7-33" parent="1" style="text;html=1;whiteSpace=wrap;strokeColor=none;fillColor=none;align=center;verticalAlign=middle;rounded=0;fontColor=#330000;" value="&lt;font style=&quot;&quot;&gt;Run Tag =&amp;nbsp;&lt;b style=&quot;text-align: left;&quot;&gt;x.x.x_bxxx-Rx&lt;/b&gt;&lt;/font&gt;" vertex="1">
-           <mxGeometry height="30" width="200" x="160" y="353.5" as="geometry" />
+           <mxGeometry height="30" width="200" x="160" y="356" as="geometry" />
        </mxCell>
        <mxCell id="cKu8MT6L8Fp_BZaxLZj7-39" parent="1" style="text;html=1;whiteSpace=wrap;strokeColor=none;fillColor=none;align=center;verticalAlign=middle;rounded=0;" value="verifier/fermer/reopen" vertex="1">
          <mxGeometry height="30" width="60" x="1850" y="313.5" as="geometry" />
        </mxCell>
        <mxCell id="cKu8MT6L8Fp_BZaxLZj7-40" parent="1" style="text;html=1;whiteSpace=wrap;strokeColor=none;fillColor=none;align=center;verticalAlign=middle;rounded=0;" value="verifier/fermer/reopen" vertex="1">
          <mxGeometry height="30" width="60" x="1926" y="382.5" as="geometry" />
        </mxCell>
        <mxCell id="cKu8MT6L8Fp_BZaxLZj7-43" parent="1" style="text;html=1;whiteSpace=wrap;strokeColor=none;fillColor=none;align=center;verticalAlign=middle;rounded=0;fontColor=#FF3333;" value="est-ce qu&#39;on peut supprimer les donnees du meme run tag ? oui" vertex="1">
          <mxGeometry height="30" width="200" x="30" y="85" as="geometry" />
        </mxCell>
        <mxCell id="joy4J5Q9jbU-j6AZ98Qk-1" parent="1" style="text;html=1;whiteSpace=wrap;strokeColor=none;fillColor=none;align=center;verticalAlign=middle;rounded=0;" value="relance manuellement&lt;div&gt;avec JIRA number&lt;/div&gt;" vertex="1">
-           <mxGeometry height="30" width="130" x="210" y="296.5" as="geometry" />
+           <mxGeometry height="30" width="130" x="210" y="302.5" as="geometry" />
        </mxCell>
        <mxCell id="joy4J5Q9jbU-j6AZ98Qk-2" parent="1" style="text;html=1;whiteSpace=wrap;strokeColor=none;fillColor=none;align=center;verticalAlign=middle;rounded=0;" value="relance manuellement&lt;div&gt;avec JIRA number&lt;/div&gt;" vertex="1">
          <mxGeometry height="30" width="150" x="200" y="220" as="geometry" />
        </mxCell>
        <mxCell id="joy4J5Q9jbU-j6AZ98Qk-3" parent="1" style="text;html=1;whiteSpace=wrap;strokeColor=none;fillColor=none;align=center;verticalAlign=middle;rounded=0;" value="relance manuellement" vertex="1">
-           <mxGeometry height="30" width="60" x="230" y="382" as="geometry" />
+           <mxGeometry height="30" width="60" x="230" y="385" as="geometry" />
        </mxCell>
        <mxCell id="joy4J5Q9jbU-j6AZ98Qk-4" parent="1" style="text;html=1;whiteSpace=wrap;strokeColor=none;fillColor=none;align=center;verticalAlign=middle;rounded=0;" value="lance automatiqument" vertex="1">
          <mxGeometry height="30" width="60" x="230" y="152" as="geometry" />
        </mxCell>
        <mxCell id="rzhG1iog7SnUviydnech-2" parent="1" style="swimlane;fontStyle=0;childLayout=stackLayout;horizontal=1;startSize=26;fillColor=none;horizontalStack=0;resizeParent=1;resizeParentMax=0;resizeLast=0;collapsible=1;marginBottom=0;html=1;" value="TB_NOT_PARAM_*" vertex="1">
-           <mxGeometry height="130" width="350" x="420" y="464" as="geometry" />
+           <mxGeometry height="130" width="350" x="420" y="670" as="geometry" />
        </mxCell>
        <mxCell id="rzhG1iog7SnUviydnech-3" parent="rzhG1iog7SnUviydnech-2" style="text;strokeColor=none;fillColor=none;align=left;verticalAlign=top;spacingLeft=4;spacingRight=4;overflow=hidden;rotatable=0;points=[[0,0.5],[1,0.5]];portConstraint=eastwest;whiteSpace=wrap;html=1;" value="CD_PA" vertex="1">
          <mxGeometry height="26" width="350" y="26" as="geometry" />
        </mxCell>
        <mxCell id="rzhG1iog7SnUviydnech-4" parent="rzhG1iog7SnUviydnech-2" style="text;strokeColor=none;fillColor=none;align=left;verticalAlign=top;spacingLeft=4;spacingRight=4;overflow=hidden;rotatable=0;points=[[0,0.5],[1,0.5]];portConstraint=eastwest;whiteSpace=wrap;html=1;" value="DTF_PER_TRT" vertex="1">
          <mxGeometry height="26" width="350" y="52" as="geometry" />
        </mxCell>
        <mxCell id="rzhG1iog7SnUviydnech-5" parent="rzhG1iog7SnUviydnech-2" style="text;strokeColor=none;fillColor=none;align=left;verticalAlign=top;spacingLeft=4;spacingRight=4;overflow=hidden;rotatable=0;points=[[0,0.5],[1,0.5]];portConstraint=eastwest;whiteSpace=wrap;html=1;" value="DT_SYS_CRE" vertex="1">
          <mxGeometry height="26" width="350" y="78" as="geometry" />
        </mxCell>
        <mxCell id="rzhG1iog7SnUviydnech-6" parent="rzhG1iog7SnUviydnech-2" style="text;strokeColor=none;fillColor=none;align=left;verticalAlign=top;spacingLeft=4;spacingRight=4;overflow=hidden;rotatable=0;points=[[0,0.5],[1,0.5]];portConstraint=eastwest;whiteSpace=wrap;html=1;" value="RUN_TAG: 0 (defaut automatique), 2503, 2503-1" vertex="1">
          <mxGeometry height="26" width="350" y="104" as="geometry" />
        </mxCell>
        <mxCell id="rzhG1iog7SnUviydnech-9" parent="1" style="swimlane;fontStyle=0;childLayout=stackLayout;horizontal=1;startSize=26;fillColor=none;horizontalStack=0;resizeParent=1;resizeParentMax=0;resizeLast=0;collapsible=1;marginBottom=0;html=1;" value="TB_refined_*" vertex="1">
-           <mxGeometry height="130" width="350" x="820" y="464" as="geometry" />
+           <mxGeometry height="130" width="350" x="820" y="670" as="geometry" />
        </mxCell>
        <mxCell id="rzhG1iog7SnUviydnech-10" parent="rzhG1iog7SnUviydnech-9" style="text;strokeColor=none;fillColor=none;align=left;verticalAlign=top;spacingLeft=4;spacingRight=4;overflow=hidden;rotatable=0;points=[[0,0.5],[1,0.5]];portConstraint=eastwest;whiteSpace=wrap;html=1;" value="CD_PA" vertex="1">
          <mxGeometry height="26" width="350" y="26" as="geometry" />
        </mxCell>
        <mxCell id="rzhG1iog7SnUviydnech-11" parent="rzhG1iog7SnUviydnech-9" style="text;strokeColor=none;fillColor=none;align=left;verticalAlign=top;spacingLeft=4;spacingRight=4;overflow=hidden;rotatable=0;points=[[0,0.5],[1,0.5]];portConstraint=eastwest;whiteSpace=wrap;html=1;" value="DTF_PER_TRT" vertex="1">
          <mxGeometry height="26" width="350" y="52" as="geometry" />
        </mxCell>
        <mxCell id="rzhG1iog7SnUviydnech-12" parent="rzhG1iog7SnUviydnech-9" style="text;strokeColor=none;fillColor=none;align=left;verticalAlign=top;spacingLeft=4;spacingRight=4;overflow=hidden;rotatable=0;points=[[0,0.5],[1,0.5]];portConstraint=eastwest;whiteSpace=wrap;html=1;" value="DT_SYS_CRE" vertex="1">
          <mxGeometry height="26" width="350" y="78" as="geometry" />
        </mxCell>
        <mxCell id="rzhG1iog7SnUviydnech-13" parent="rzhG1iog7SnUviydnech-9" style="text;strokeColor=none;fillColor=none;align=left;verticalAlign=top;spacingLeft=4;spacingRight=4;overflow=hidden;rotatable=0;points=[[0,0.5],[1,0.5]];portConstraint=eastwest;whiteSpace=wrap;html=1;" value="RUN_TAG: 2503, 2503-1" vertex="1">
          <mxGeometry height="26" width="350" y="104" as="geometry" />
        </mxCell>
        <mxCell id="rzhG1iog7SnUviydnech-14" parent="1" style="text;html=1;whiteSpace=wrap;strokeColor=none;fillColor=none;align=center;verticalAlign=middle;rounded=0;" value="2503 :&amp;nbsp;&lt;div&gt;recharger le fichier&lt;/div&gt;&lt;div&gt;modif param&lt;/div&gt;" vertex="1">
-           <mxGeometry height="30" width="140" x="200" y="560" as="geometry" />
+           <mxGeometry height="30" width="140" x="200" y="766" as="geometry" />
+         </mxCell>
+         <mxCell id="rzhG1iog7SnUviydnech-15" parent="1" style="ellipse;shape=doubleEllipse;whiteSpace=wrap;html=1;fillColor=#ffe6cc;strokeColor=#d79b00;" value="Demande JIRA 2&lt;div&gt;(modification param)&lt;/div&gt;" vertex="1">
+           <mxGeometry height="60" width="160" x="-850" y="346.5" as="geometry" />
        </mxCell>
      </root>
    </mxGraphModel>
  </diagram>
</mxfile>
